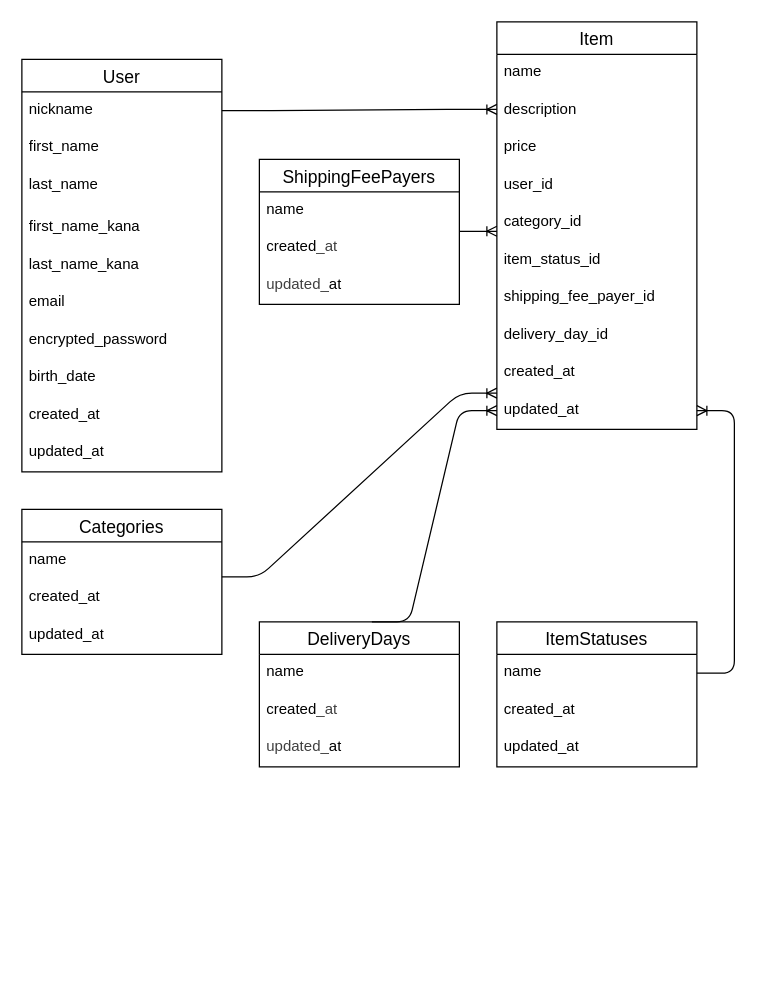
The draw.io diagram test.dio in ytt0103/furima-42445, before the edit. Source tidied: cells renumbered, new cells numbered last; positions are measured from the earlier drawing's top-left corner, leaving out a move shared by most shapes. Both pictures are drawn from the tidied source at 125%, with x=0, y=0 at pixel (21, 21).
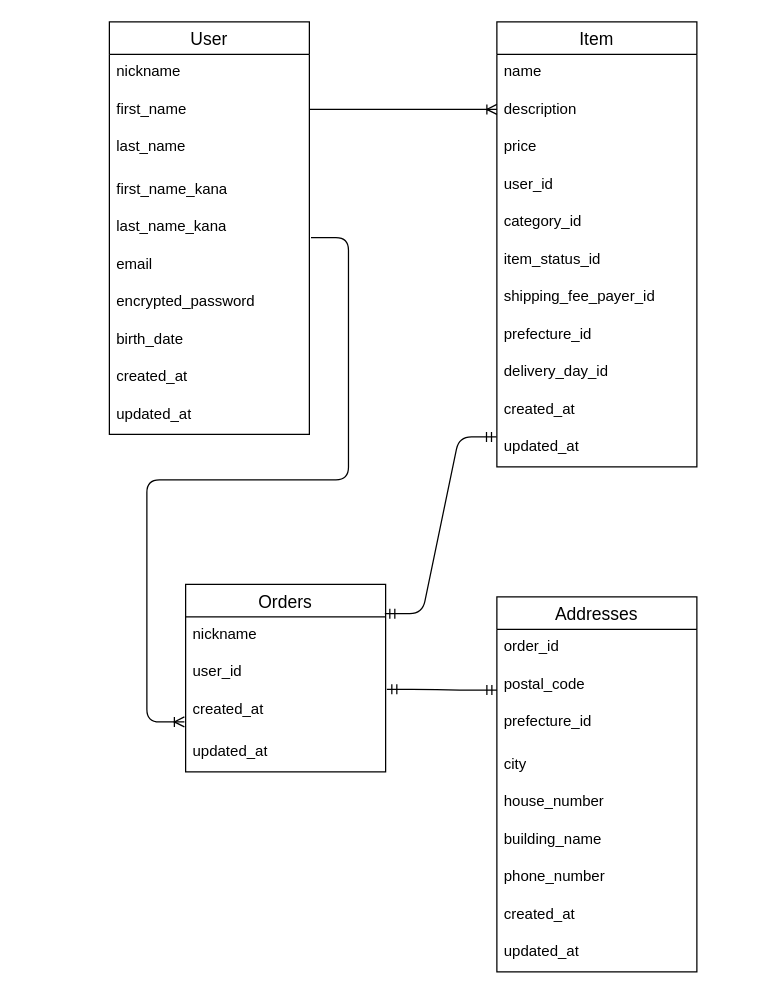
After the change.

The change refers to these unchanged cells:
```xml
<mxCell id="3" value="nickname" style="text;strokeColor=none;fillColor=none;spacingLeft=4;spacingRight=4;overflow=hidden;points=[[0,0.5],[1,0.5]];portConstraint=eastwest;fontSize=12;whiteSpace=wrap;html=1;" parent="2" vertex="1">
  <mxGeometry y="26" width="160" height="30" as="geometry" />
</mxCell>
<mxCell id="7" value="&lt;span class=&quot;hljs-emphasis&quot;&gt;last_&lt;/span&gt;name&lt;span class=&quot;hljs-emphasis&quot;&gt;_kana&lt;/span&gt;" style="text;strokeColor=none;fillColor=none;spacingLeft=4;spacingRight=4;overflow=hidden;points=[[0,0.5],[1,0.5]];portConstraint=eastwest;fontSize=12;whiteSpace=wrap;html=1;" parent="2" vertex="1">
  <mxGeometry y="150" width="160" height="30" as="geometry" />
</mxCell>
```

Change to the diagram source:
```diff
@@
     <mxCell id="2" value="User" style="swimlane;fontStyle=0;horizontal=1;startSize=26;align=center;fontSize=14;" parent="1" vertex="1">
-      <mxGeometry y="30" width="160" height="330" as="geometry" />
+      <mxGeometry x="70" width="160" height="330" as="geometry" />
     </mxCell>
@@
     <mxCell id="13" value="Item" style="swimlane;fontStyle=0;horizontal=1;startSize=26;align=center;fontSize=14;" parent="1" vertex="1">
-      <mxGeometry x="380" width="160" height="326" as="geometry" />
+      <mxGeometry x="380" width="160" height="356" as="geometry" />
     </mxCell>
@@
+    <mxCell id="45" value="prefecture_id" style="text;strokeColor=none;fillColor=none;spacingLeft=4;spacingRight=4;overflow=hidden;fontSize=12;whiteSpace=wrap;html=1;" parent="13" vertex="1">
+      <mxGeometry y="236" width="160" height="30" as="geometry" />
+    </mxCell>
     <mxCell id="21" value="delivery&lt;span class=&quot;hljs-emphasis&quot;&gt;_day_&lt;/span&gt;id" style="text;strokeColor=none;fillColor=none;spacingLeft=4;spacingRight=4;overflow=hidden;fontSize=12;whiteSpace=wrap;html=1;" parent="13" vertex="1">
-      <mxGeometry y="236" width="160" height="30" as="geometry" />
+      <mxGeometry y="266" width="160" height="30" as="geometry" />
     </mxCell>
     <mxCell id="22" value="&lt;span class=&quot;hljs-emphasis&quot;&gt;created_&lt;/span&gt;at" style="text;strokeColor=none;fillColor=none;spacingLeft=4;spacingRight=4;overflow=hidden;fontSize=12;whiteSpace=wrap;html=1;" parent="13" vertex="1">
-      <mxGeometry y="266" width="160" height="30" as="geometry" />
+      <mxGeometry y="296" width="160" height="30" as="geometry" />
     </mxCell>
     <mxCell id="23" value="updated&lt;span class=&quot;hljs-emphasis&quot;&gt;_at&lt;/span&gt;" style="text;strokeColor=none;fillColor=none;spacingLeft=4;spacingRight=4;overflow=hidden;points=[[0,0.5],[1,0.5]];portConstraint=eastwest;fontSize=12;whiteSpace=wrap;html=1;" parent="13" vertex="1">
-      <mxGeometry y="296" width="160" height="30" as="geometry" />
+      <mxGeometry y="326" width="160" height="30" as="geometry" />
     </mxCell>
-    <mxCell id="24" value="ShippingFeePayers" style="swimlane;fontStyle=0;horizontal=1;startSize=26;align=center;fontSize=14;" parent="1" vertex="1">
-      <mxGeometry x="190" y="110" width="160" height="116" as="geometry" />
-    </mxCell>
-    <mxCell id="25" value="&lt;span style=&quot;color: rgb(0, 0, 0);&quot;&gt;name&lt;/span&gt;" style="text;strokeColor=none;fillColor=none;spacingLeft=4;spacingRight=4;overflow=hidden;fontSize=12;whiteSpace=wrap;html=1;" parent="24" vertex="1">
-      <mxGeometry y="26" width="160" height="30" as="geometry" />
-    </mxCell>
-    <mxCell id="26" value="&lt;span style=&quot;color: rgb(0, 0, 0);&quot;&gt;created&lt;/span&gt;&lt;span style=&quot;color: rgb(63, 63, 63); scrollbar-color: rgb(226, 226, 226) rgb(251, 251, 251);&quot; class=&quot;hljs-emphasis&quot;&gt;_at&lt;/span&gt;" style="text;strokeColor=none;fillColor=none;spacingLeft=4;spacingRight=4;overflow=hidden;fontSize=12;whiteSpace=wrap;html=1;" parent="24" vertex="1">
-      <mxGeometry y="56" width="160" height="30" as="geometry" />
-    </mxCell>
-    <mxCell id="27" value="&lt;span style=&quot;color: rgb(63, 63, 63); scrollbar-color: rgb(226, 226, 226) rgb(251, 251, 251);&quot; class=&quot;hljs-emphasis&quot;&gt;updated_&lt;/span&gt;&lt;span style=&quot;color: rgb(0, 0, 0);&quot;&gt;at&lt;/span&gt;" style="text;strokeColor=none;fillColor=none;spacingLeft=4;spacingRight=4;overflow=hidden;fontSize=12;whiteSpace=wrap;html=1;" parent="24" vertex="1">
-      <mxGeometry y="86" width="160" height="30" as="geometry" />
-    </mxCell>
-    <mxCell id="28" value="ItemStatuses" style="swimlane;fontStyle=0;horizontal=1;startSize=26;align=center;fontSize=14;" parent="1" vertex="1">
-      <mxGeometry x="380" y="480" width="160" height="116" as="geometry" />
-    </mxCell>
-    <mxCell id="29" value="name" style="text;strokeColor=none;fillColor=none;spacingLeft=4;spacingRight=4;overflow=hidden;points=[[0,0.5],[1,0.5]];portConstraint=eastwest;fontSize=12;whiteSpace=wrap;html=1;" parent="28" vertex="1">
-      <mxGeometry y="26" width="160" height="30" as="geometry" />
-    </mxCell>
-    <mxCell id="30" value="&lt;span class=&quot;hljs-emphasis&quot;&gt;created_&lt;/span&gt;at" style="text;strokeColor=none;fillColor=none;spacingLeft=4;spacingRight=4;overflow=hidden;fontSize=12;whiteSpace=wrap;html=1;" parent="28" vertex="1">
-      <mxGeometry y="56" width="160" height="30" as="geometry" />
-    </mxCell>
-    <mxCell id="31" value="updated&lt;span class=&quot;hljs-emphasis&quot;&gt;_at&lt;/span&gt;" style="text;strokeColor=none;fillColor=none;spacingLeft=4;spacingRight=4;overflow=hidden;fontSize=12;whiteSpace=wrap;html=1;" parent="28" vertex="1">
-      <mxGeometry y="86" width="160" height="30" as="geometry" />
-    </mxCell>
-    <mxCell id="32" value="DeliveryDays" style="swimlane;fontStyle=0;horizontal=1;startSize=26;align=center;fontSize=14;" parent="1" vertex="1">
-      <mxGeometry x="190" y="480" width="160" height="116" as="geometry" />
-    </mxCell>
-    <mxCell id="33" value="&lt;span style=&quot;color: rgb(0, 0, 0);&quot;&gt;name&lt;/span&gt;" style="text;strokeColor=none;fillColor=none;spacingLeft=4;spacingRight=4;overflow=hidden;fontSize=12;whiteSpace=wrap;html=1;" parent="32" vertex="1">
-      <mxGeometry y="26" width="160" height="30" as="geometry" />
-    </mxCell>
-    <mxCell id="34" value="&lt;span style=&quot;scrollbar-color: rgb(226, 226, 226) rgb(251, 251, 251); color: rgb(0, 0, 0);&quot;&gt;created&lt;/span&gt;&lt;span style=&quot;scrollbar-color: rgb(226, 226, 226) rgb(251, 251, 251); color: rgb(63, 63, 63);&quot; class=&quot;hljs-emphasis&quot;&gt;_at&lt;/span&gt;" style="text;strokeColor=none;fillColor=none;spacingLeft=4;spacingRight=4;overflow=hidden;fontSize=12;whiteSpace=wrap;html=1;" parent="32" vertex="1">
-      <mxGeometry y="56" width="160" height="30" as="geometry" />
-    </mxCell>
-    <mxCell id="35" value="&lt;span style=&quot;scrollbar-color: rgb(226, 226, 226) rgb(251, 251, 251); color: rgb(63, 63, 63);&quot; class=&quot;hljs-emphasis&quot;&gt;updated_&lt;/span&gt;&lt;span style=&quot;scrollbar-color: rgb(226, 226, 226) rgb(251, 251, 251); color: rgb(0, 0, 0);&quot;&gt;at&lt;/span&gt;" style="text;strokeColor=none;fillColor=none;spacingLeft=4;spacingRight=4;overflow=hidden;fontSize=12;whiteSpace=wrap;html=1;" parent="32" vertex="1">
-      <mxGeometry y="86" width="160" height="30" as="geometry" />
-    </mxCell>
-    <mxCell id="36" value="Categories" style="swimlane;fontStyle=0;horizontal=1;startSize=26;align=center;fontSize=14;" parent="1" vertex="1">
-      <mxGeometry y="390" width="160" height="116" as="geometry" />
-    </mxCell>
-    <mxCell id="37" value="name" style="text;strokeColor=none;fillColor=none;spacingLeft=4;spacingRight=4;overflow=hidden;fontSize=12;whiteSpace=wrap;html=1;" parent="36" vertex="1">
-      <mxGeometry y="26" width="160" height="30" as="geometry" />
-    </mxCell>
+    <mxCell id="40" style="edgeStyle=entityRelationEdgeStyle;fontSize=12;html=1;endArrow=ERoneToMany;entryX=-0.008;entryY=0.089;entryDx=0;entryDy=0;entryPerimeter=0;" parent="1" edge="1">
+      <mxGeometry relative="1" as="geometry">
+        <mxPoint x="230" y="70" as="sourcePoint" />
+        <mxPoint x="380" y="70" as="targetPoint" />
+        <Array as="points">
+          <mxPoint x="271.3" y="11.3" />
+          <mxPoint x="331.3" y="51.3" />
+        </Array>
+      </mxGeometry>
+    </mxCell>
+    <mxCell id="46" value="Orders" style="swimlane;fontStyle=0;horizontal=1;startSize=26;align=center;fontSize=14;" parent="1" vertex="1">
+      <mxGeometry x="131" y="450" width="160" height="150" as="geometry" />
+    </mxCell>
+    <mxCell id="47" value="nickname" style="text;strokeColor=none;fillColor=none;spacingLeft=4;spacingRight=4;overflow=hidden;fontSize=12;whiteSpace=wrap;html=1;" parent="46" vertex="1">
+      <mxGeometry y="26" width="160" height="30" as="geometry" />
+    </mxCell>
+    <mxCell id="48" value="user_id" style="text;strokeColor=none;fillColor=none;spacingLeft=4;spacingRight=4;overflow=hidden;fontSize=12;whiteSpace=wrap;html=1;" parent="46" vertex="1">
+      <mxGeometry y="56" width="160" height="30" as="geometry" />
+    </mxCell>
+    <mxCell id="49" value="created_at" style="text;strokeColor=none;fillColor=none;spacingLeft=4;spacingRight=4;overflow=hidden;points=[[0,0.5],[1,0.5]];portConstraint=eastwest;fontSize=12;whiteSpace=wrap;html=1;" parent="46" vertex="1">
+      <mxGeometry y="86" width="160" height="34" as="geometry" />
+    </mxCell>
+    <mxCell id="50" value="updated_at" style="text;strokeColor=none;fillColor=none;spacingLeft=4;spacingRight=4;overflow=hidden;fontSize=12;whiteSpace=wrap;html=1;" parent="46" vertex="1">
+      <mxGeometry y="120" width="160" height="30" as="geometry" />
+    </mxCell>
+    <mxCell id="51" value="Addresses" style="swimlane;fontStyle=0;horizontal=1;startSize=26;align=center;fontSize=14;" parent="1" vertex="1">
+      <mxGeometry x="380" y="460" width="160" height="300" as="geometry" />
+    </mxCell>
+    <mxCell id="52" value="order_id" style="text;strokeColor=none;fillColor=none;spacingLeft=4;spacingRight=4;overflow=hidden;fontSize=12;whiteSpace=wrap;html=1;" parent="51" vertex="1">
+      <mxGeometry y="26" width="160" height="30" as="geometry" />
+    </mxCell>
+    <mxCell id="53" value="postal_code" style="text;strokeColor=none;fillColor=none;spacingLeft=4;spacingRight=4;overflow=hidden;fontSize=12;whiteSpace=wrap;html=1;" parent="51" vertex="1">
+      <mxGeometry y="56" width="160" height="30" as="geometry" />
+    </mxCell>
+    <mxCell id="54" value="prefecture_id" style="text;strokeColor=none;fillColor=none;spacingLeft=4;spacingRight=4;overflow=hidden;fontSize=12;whiteSpace=wrap;html=1;" parent="51" vertex="1">
+      <mxGeometry y="86" width="160" height="34" as="geometry" />
+    </mxCell>
+    <mxCell id="55" value="city" style="text;strokeColor=none;fillColor=none;spacingLeft=4;spacingRight=4;overflow=hidden;fontSize=12;whiteSpace=wrap;html=1;" parent="51" vertex="1">
+      <mxGeometry y="120" width="160" height="30" as="geometry" />
+    </mxCell>
+    <mxCell id="56" value="house_number" style="text;strokeColor=none;fillColor=none;spacingLeft=4;spacingRight=4;overflow=hidden;fontSize=12;whiteSpace=wrap;html=1;" parent="51" vertex="1">
+      <mxGeometry y="150" width="160" height="30" as="geometry" />
+    </mxCell>
+    <mxCell id="57" value="building_name" style="text;strokeColor=none;fillColor=none;spacingLeft=4;spacingRight=4;overflow=hidden;fontSize=12;whiteSpace=wrap;html=1;" parent="51" vertex="1">
+      <mxGeometry y="180" width="160" height="30" as="geometry" />
+    </mxCell>
+    <mxCell id="58" value="phone_number" style="text;strokeColor=none;fillColor=none;spacingLeft=4;spacingRight=4;overflow=hidden;fontSize=12;whiteSpace=wrap;html=1;" parent="51" vertex="1">
+      <mxGeometry y="210" width="160" height="30" as="geometry" />
+    </mxCell>
-    <mxCell id="38" value="created&lt;span class=&quot;hljs-emphasis&quot;&gt;_at&lt;/span&gt;" style="text;strokeColor=none;fillColor=none;spacingLeft=4;spacingRight=4;overflow=hidden;fontSize=12;whiteSpace=wrap;html=1;" parent="36" vertex="1">
-      <mxGeometry y="56" width="160" height="30" as="geometry" />
+    <mxCell id="38" value="created&lt;span class=&quot;hljs-emphasis&quot;&gt;_at&lt;/span&gt;" style="text;strokeColor=none;fillColor=none;spacingLeft=4;spacingRight=4;overflow=hidden;fontSize=12;whiteSpace=wrap;html=1;" parent="51" vertex="1">
+      <mxGeometry y="240" width="160" height="30" as="geometry" />
     </mxCell>
-    <mxCell id="39" value="&lt;span class=&quot;hljs-emphasis&quot;&gt;updated_&lt;/span&gt;at" style="text;strokeColor=none;fillColor=none;spacingLeft=4;spacingRight=4;overflow=hidden;fontSize=12;whiteSpace=wrap;html=1;" parent="36" vertex="1">
-      <mxGeometry y="86" width="160" height="30" as="geometry" />
+    <mxCell id="39" value="&lt;span class=&quot;hljs-emphasis&quot;&gt;updated_&lt;/span&gt;at" style="text;strokeColor=none;fillColor=none;spacingLeft=4;spacingRight=4;overflow=hidden;fontSize=12;whiteSpace=wrap;html=1;" parent="51" vertex="1">
+      <mxGeometry y="270" width="160" height="30" as="geometry" />
     </mxCell>
-    <mxCell id="40" style="edgeStyle=entityRelationEdgeStyle;fontSize=12;html=1;endArrow=ERoneToMany;entryX=-0.008;entryY=0.089;entryDx=0;entryDy=0;entryPerimeter=0;exitX=1;exitY=0.5;exitDx=0;exitDy=0;" parent="1" edge="1" source="3">
-      <mxGeometry relative="1" as="geometry">
-        <mxPoint x="380" y="70" as="targetPoint" />
-        <Array as="points">
-          <mxPoint x="271.3" y="11.3" />
-          <mxPoint x="331.3" y="51.3" />
-        </Array>
-      </mxGeometry>
-    </mxCell>
-    <mxCell id="41" style="edgeStyle=entityRelationEdgeStyle;fontSize=12;html=1;endArrow=ERoneToMany;exitX=1.021;exitY=-0.067;exitDx=0;exitDy=0;exitPerimeter=0;" parent="1" edge="1">
-      <mxGeometry relative="1" as="geometry">
-        <mxPoint x="160" y="444" as="sourcePoint" />
-        <mxPoint x="380" y="297" as="targetPoint" />
-        <Array as="points">
-          <mxPoint x="267.9" y="431.3" />
-          <mxPoint x="327.9" y="471.3" />
-        </Array>
-      </mxGeometry>
-    </mxCell>
-    <mxCell id="42" style="edgeStyle=entityRelationEdgeStyle;fontSize=12;html=1;endArrow=ERoneToMany;exitX=1;exitY=0.5;exitDx=0;exitDy=0;" parent="1" edge="1" source="29" target="23">
-      <mxGeometry relative="1" as="geometry">
-        <Array as="points">
-          <mxPoint x="341.3" y="523.3" />
-          <mxPoint x="401.3" y="563.3" />
-        </Array>
-      </mxGeometry>
-    </mxCell>
-    <mxCell id="43" style="edgeStyle=entityRelationEdgeStyle;fontSize=12;html=1;endArrow=ERoneToMany;entryX=-0.008;entryY=0.089;entryDx=0;entryDy=0;entryPerimeter=0;" parent="1" edge="1">
-      <mxGeometry relative="1" as="geometry">
-        <mxPoint x="350" y="167.5" as="sourcePoint" />
-        <mxPoint x="380" y="167.5" as="targetPoint" />
-        <Array as="points">
-          <mxPoint x="271.3" y="108.8" />
-          <mxPoint x="331.3" y="148.8" />
-        </Array>
-      </mxGeometry>
-    </mxCell>
-    <mxCell id="44" style="edgeStyle=entityRelationEdgeStyle;fontSize=12;html=1;endArrow=ERoneToMany;exitX=1.021;exitY=-0.067;exitDx=0;exitDy=0;exitPerimeter=0;entryX=0;entryY=0.5;entryDx=0;entryDy=0;" parent="1" edge="1" target="23">
-      <mxGeometry relative="1" as="geometry">
-        <mxPoint x="280" y="480" as="sourcePoint" />
-        <Array as="points">
-          <mxPoint x="387.9" y="467.3" />
-          <mxPoint x="447.9" y="507.3" />
-        </Array>
-      </mxGeometry>
-    </mxCell>
+    <mxCell id="59" style="edgeStyle=entityRelationEdgeStyle;fontSize=12;html=1;endArrow=ERmandOne;startArrow=ERmandOne;exitX=1.006;exitY=-0.06;exitDx=0;exitDy=0;exitPerimeter=0;" parent="1" edge="1" source="49">
+      <mxGeometry relative="1" as="geometry">
+        <mxPoint x="380" y="534.5" as="targetPoint" />
+      </mxGeometry>
+    </mxCell>
+    <mxCell id="60" style="edgeStyle=entityRelationEdgeStyle;fontSize=12;html=1;endArrow=ERmandOne;startArrow=ERmandOne;entryX=-0.008;entryY=0.2;entryDx=0;entryDy=0;entryPerimeter=0;exitX=0.996;exitY=0.156;exitDx=0;exitDy=0;exitPerimeter=0;" parent="1" edge="1" source="46">
+      <mxGeometry relative="1" as="geometry">
+        <mxPoint x="379.7" y="332" as="targetPoint" />
+        <Array as="points">
+          <mxPoint x="271" y="470" />
+          <mxPoint x="331" y="390" />
+        </Array>
+      </mxGeometry>
+    </mxCell>
+    <mxCell id="61" style="edgeStyle=entityRelationEdgeStyle;fontSize=12;html=1;endArrow=ERoneToMany;exitX=1.008;exitY=0.756;exitDx=0;exitDy=0;exitPerimeter=0;" parent="1" edge="1" source="7">
+      <mxGeometry relative="1" as="geometry">
+        <mxPoint x="130" y="560" as="targetPoint" />
+        <Array as="points">
+          <mxPoint x="240" y="300" />
+          <mxPoint x="321.3" y="171.3" />
+          <mxPoint x="240" y="340" />
+          <mxPoint x="240" y="340" />
+          <mxPoint x="230" y="170" />
+          <mxPoint x="300" y="210" />
+          <mxPoint x="260" y="230" />
+          <mxPoint x="290" y="230" />
+          <mxPoint x="240" y="110" />
+          <mxPoint x="260" y="220" />
+          <mxPoint x="260" y="200" />
+          <mxPoint x="250" y="230" />
+          <mxPoint x="381.3" y="211.3" />
+        </Array>
+      </mxGeometry>
+    </mxCell>
```
